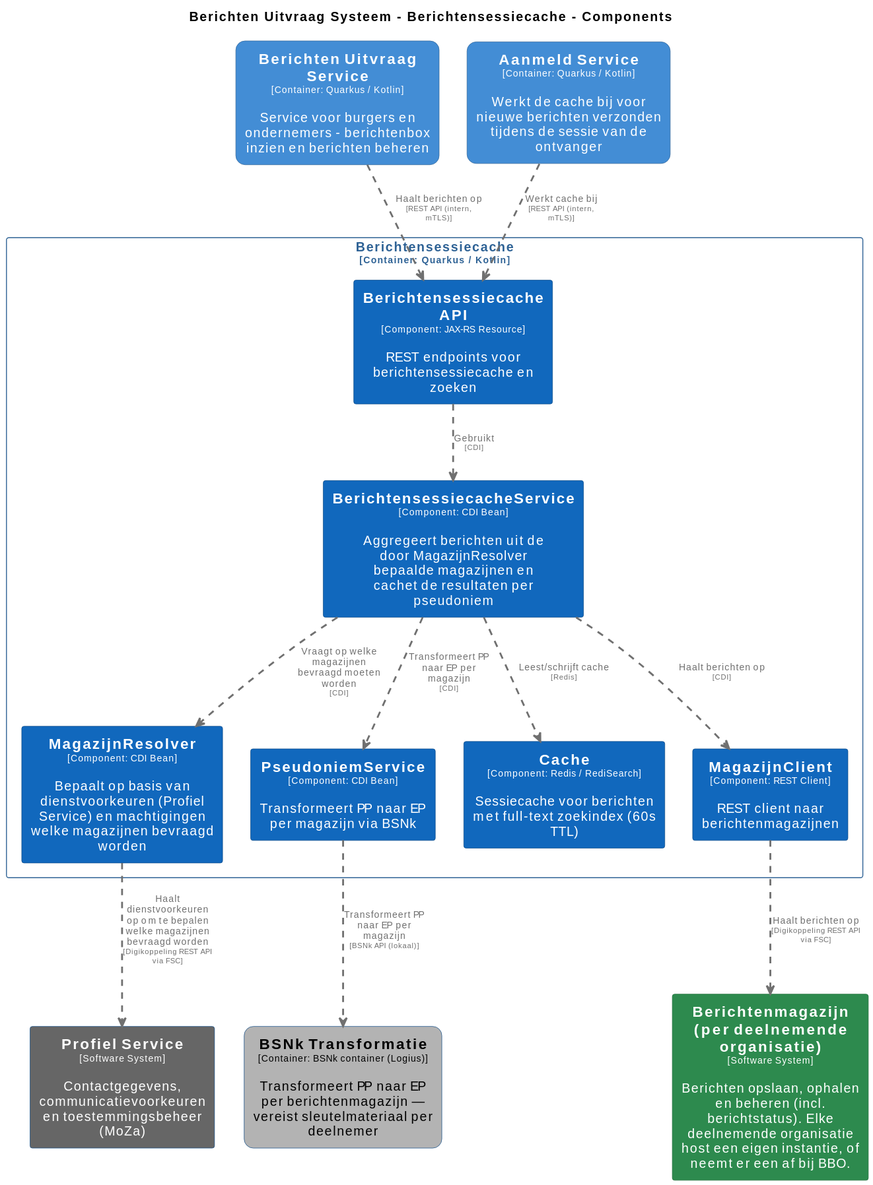
Earlier version of the PlantUML export master/svg/BerichtensessiecacheComponenten.svg (MinBZK/moza-poc-fbs-berichtenbox). Its source is kept beside it as master/puml/BerichtensessiecacheComponenten.puml.
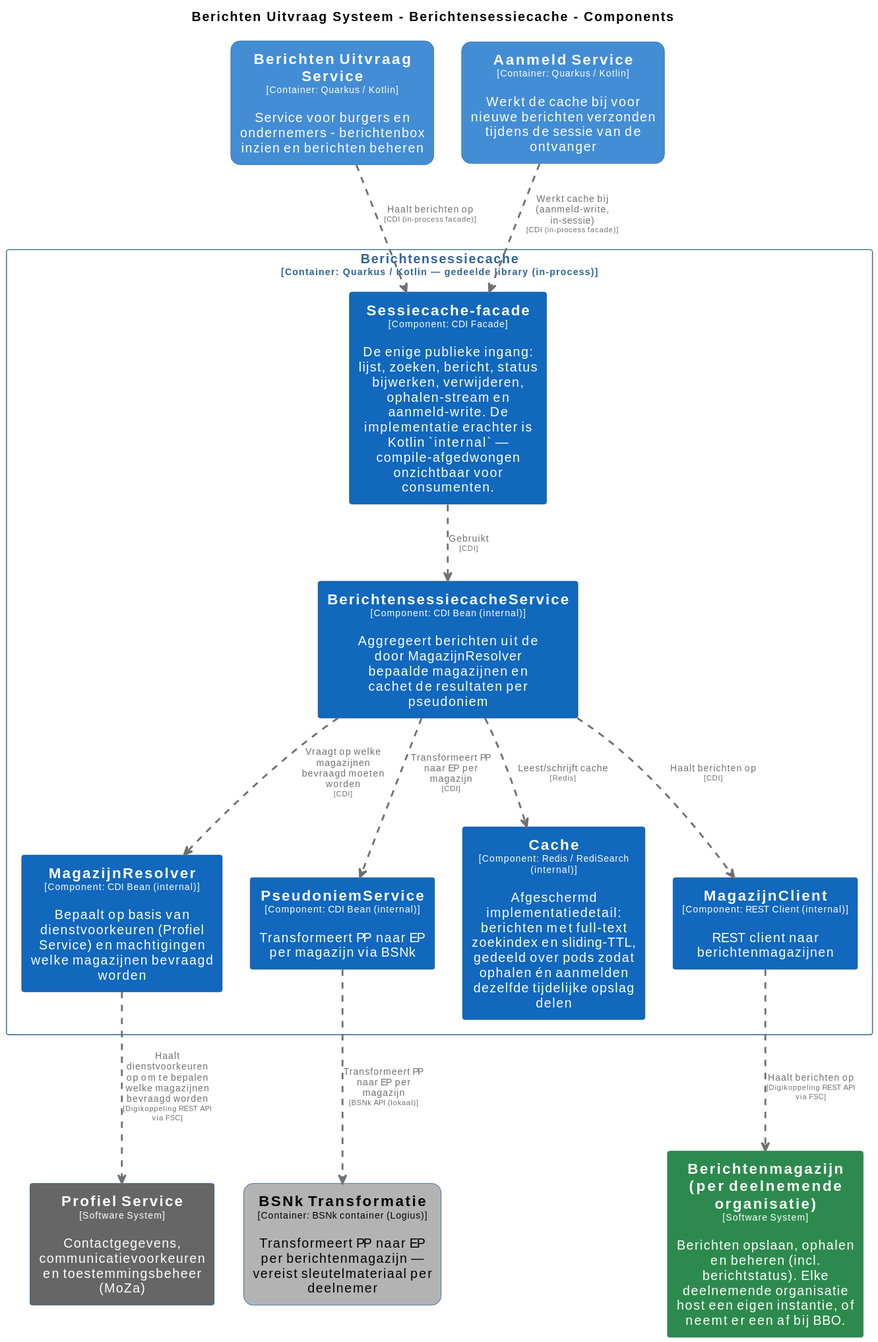
Above is the later version.

What changed in the source:
```diff
@@ -42,12 +42,6 @@
   BorderColor #1e6b38
   shadowing false
 }
-skinparam rectangle<<BerichtenUitvraagSysteem.Berichtensessiecache.BerichtensessiecacheAPI>> {
-  BackgroundColor #1168bd
-  FontColor #ffffff
-  BorderColor #0b4884
-  shadowing false
-}
 skinparam rectangle<<BerichtenUitvraagSysteem.Berichtensessiecache.BerichtensessiecacheService>> {
   BackgroundColor #1168bd
   FontColor #ffffff
@@ -84,6 +78,12 @@
   BorderColor #0b4884
   shadowing false
 }
+skinparam rectangle<<BerichtenUitvraagSysteem.Berichtensessiecache.Sessiecachefacade>> {
+  BackgroundColor #1168bd
+  FontColor #ffffff
+  BorderColor #0b4884
+  shadowing false
+}
 skinparam rectangle<<BerichtenUitvraagSysteem.Berichtensessiecache>> {
   BorderColor #2e6295
   FontColor #2e6295
@@ -96,23 +96,23 @@
 rectangle "==BSNk Transformatie\n<size:10>[Container: BSNk container (Logius)]</size>\n\nTransformeert PP naar EP per berichtenmagazijn — vereist sleutelmateriaal per deelnemer" <<BerichtenUitvraagSysteem.BSNkTransformatie>> as BerichtenUitvraagSysteem.BSNkTransformatie
 rectangle "==Aanmeld Service\n<size:10>[Container: Quarkus / Kotlin]</size>\n\nWerkt de cache bij voor nieuwe berichten verzonden tijdens de sessie van de ontvanger" <<BerichtenUitvraagSysteem.AanmeldService>> as BerichtenUitvraagSysteem.AanmeldService
 
-rectangle "Berichtensessiecache\n<size:10>[Container: Quarkus / Kotlin]</size>" <<BerichtenUitvraagSysteem.Berichtensessiecache>> {
-  rectangle "==Berichtensessiecache API\n<size:10>[Component: JAX-RS Resource]</size>\n\nREST endpoints voor berichtensessiecache en zoeken" <<BerichtenUitvraagSysteem.Berichtensessiecache.BerichtensessiecacheAPI>> as BerichtenUitvraagSysteem.Berichtensessiecache.BerichtensessiecacheAPI
-  rectangle "==MagazijnResolver\n<size:10>[Component: CDI Bean]</size>\n\nBepaalt op basis van dienstvoorkeuren (Profiel Service) en machtigingen welke magazijnen bevraagd worden" <<BerichtenUitvraagSysteem.Berichtensessiecache.MagazijnResolver>> as BerichtenUitvraagSysteem.Berichtensessiecache.MagazijnResolver
-  rectangle "==PseudoniemService\n<size:10>[Component: CDI Bean]</size>\n\nTransformeert PP naar EP per magazijn via BSNk" <<BerichtenUitvraagSysteem.Berichtensessiecache.PseudoniemService>> as BerichtenUitvraagSysteem.Berichtensessiecache.PseudoniemService
-  rectangle "==BerichtensessiecacheService\n<size:10>[Component: CDI Bean]</size>\n\nAggregeert berichten uit de door MagazijnResolver bepaalde magazijnen en cachet de resultaten per pseudoniem" <<BerichtenUitvraagSysteem.Berichtensessiecache.BerichtensessiecacheService>> as BerichtenUitvraagSysteem.Berichtensessiecache.BerichtensessiecacheService
-  rectangle "==Cache\n<size:10>[Component: Redis / RediSearch]</size>\n\nSessiecache voor berichten met full-text zoekindex (60s TTL)" <<BerichtenUitvraagSysteem.Berichtensessiecache.Cache>> as BerichtenUitvraagSysteem.Berichtensessiecache.Cache
-  rectangle "==MagazijnClient\n<size:10>[Component: REST Client]</size>\n\nREST client naar berichtenmagazijnen" <<BerichtenUitvraagSysteem.Berichtensessiecache.MagazijnClient>> as BerichtenUitvraagSysteem.Berichtensessiecache.MagazijnClient
+rectangle "Berichtensessiecache\n<size:10>[Container: Quarkus / Kotlin — gedeelde library (in-process)]</size>" <<BerichtenUitvraagSysteem.Berichtensessiecache>> {
+  rectangle "==Sessiecache-facade\n<size:10>[Component: CDI Facade]</size>\n\nDe enige publieke ingang: lijst, zoeken, bericht, status bijwerken, verwijderen, ophalen-stream en aanmeld-write. De implementatie erachter is Kotlin `internal` — compile-afgedwongen onzichtbaar voor consumenten." <<BerichtenUitvraagSysteem.Berichtensessiecache.Sessiecachefacade>> as BerichtenUitvraagSysteem.Berichtensessiecache.Sessiecachefacade
+  rectangle "==MagazijnResolver\n<size:10>[Component: CDI Bean (internal)]</size>\n\nBepaalt op basis van dienstvoorkeuren (Profiel Service) en machtigingen welke magazijnen bevraagd worden" <<BerichtenUitvraagSysteem.Berichtensessiecache.MagazijnResolver>> as BerichtenUitvraagSysteem.Berichtensessiecache.MagazijnResolver
+  rectangle "==PseudoniemService\n<size:10>[Component: CDI Bean (internal)]</size>\n\nTransformeert PP naar EP per magazijn via BSNk" <<BerichtenUitvraagSysteem.Berichtensessiecache.PseudoniemService>> as BerichtenUitvraagSysteem.Berichtensessiecache.PseudoniemService
+  rectangle "==BerichtensessiecacheService\n<size:10>[Component: CDI Bean (internal)]</size>\n\nAggregeert berichten uit de door MagazijnResolver bepaalde magazijnen en cachet de resultaten per pseudoniem" <<BerichtenUitvraagSysteem.Berichtensessiecache.BerichtensessiecacheService>> as BerichtenUitvraagSysteem.Berichtensessiecache.BerichtensessiecacheService
+  rectangle "==Cache\n<size:10>[Component: Redis / RediSearch (internal)]</size>\n\nAfgeschermd implementatiedetail: berichten met full-text zoekindex en sliding-TTL, gedeeld over pods zodat ophalen én aanmelden dezelfde tijdelijke opslag delen" <<BerichtenUitvraagSysteem.Berichtensessiecache.Cache>> as BerichtenUitvraagSysteem.Berichtensessiecache.Cache
+  rectangle "==MagazijnClient\n<size:10>[Component: REST Client (internal)]</size>\n\nREST client naar berichtenmagazijnen" <<BerichtenUitvraagSysteem.Berichtensessiecache.MagazijnClient>> as BerichtenUitvraagSysteem.Berichtensessiecache.MagazijnClient
 }
 
 BerichtenUitvraagSysteem.Berichtensessiecache.MagazijnResolver .[#707070,thickness=2].> ProfielService : "<color:#707070>Haalt dienstvoorkeuren op om te bepalen welke magazijnen bevraagd worden\n<color:#707070><size:8>[Digikoppeling REST API via FSC]</size>"
 BerichtenUitvraagSysteem.Berichtensessiecache.MagazijnClient .[#707070,thickness=2].> Berichtenmagazijnperdeelnemendeorganisatie : "<color:#707070>Haalt berichten op\n<color:#707070><size:8>[Digikoppeling REST API via FSC]</size>"
-BerichtenUitvraagSysteem.Berichtensessiecache.BerichtensessiecacheAPI .[#707070,thickness=2].> BerichtenUitvraagSysteem.Berichtensessiecache.BerichtensessiecacheService : "<color:#707070>Gebruikt\n<color:#707070><size:8>[CDI]</size>"
+BerichtenUitvraagSysteem.Berichtensessiecache.Sessiecachefacade .[#707070,thickness=2].> BerichtenUitvraagSysteem.Berichtensessiecache.BerichtensessiecacheService : "<color:#707070>Gebruikt\n<color:#707070><size:8>[CDI]</size>"
 BerichtenUitvraagSysteem.Berichtensessiecache.BerichtensessiecacheService .[#707070,thickness=2].> BerichtenUitvraagSysteem.Berichtensessiecache.MagazijnResolver : "<color:#707070>Vraagt op welke magazijnen bevraagd moeten worden\n<color:#707070><size:8>[CDI]</size>"
 BerichtenUitvraagSysteem.Berichtensessiecache.BerichtensessiecacheService .[#707070,thickness=2].> BerichtenUitvraagSysteem.Berichtensessiecache.PseudoniemService : "<color:#707070>Transformeert PP naar EP per magazijn\n<color:#707070><size:8>[CDI]</size>"
 BerichtenUitvraagSysteem.Berichtensessiecache.BerichtensessiecacheService .[#707070,thickness=2].> BerichtenUitvraagSysteem.Berichtensessiecache.Cache : "<color:#707070>Leest/schrijft cache\n<color:#707070><size:8>[Redis]</size>"
 BerichtenUitvraagSysteem.Berichtensessiecache.BerichtensessiecacheService .[#707070,thickness=2].> BerichtenUitvraagSysteem.Berichtensessiecache.MagazijnClient : "<color:#707070>Haalt berichten op\n<color:#707070><size:8>[CDI]</size>"
 BerichtenUitvraagSysteem.Berichtensessiecache.PseudoniemService .[#707070,thickness=2].> BerichtenUitvraagSysteem.BSNkTransformatie : "<color:#707070>Transformeert PP naar EP per magazijn\n<color:#707070><size:8>[BSNk API (lokaal)]</size>"
-BerichtenUitvraagSysteem.AanmeldService .[#707070,thickness=2].> BerichtenUitvraagSysteem.Berichtensessiecache.BerichtensessiecacheAPI : "<color:#707070>Werkt cache bij\n<color:#707070><size:8>[REST API (intern, mTLS)]</size>"
-BerichtenUitvraagSysteem.BerichtenUitvraagService .[#707070,thickness=2].> BerichtenUitvraagSysteem.Berichtensessiecache.BerichtensessiecacheAPI : "<color:#707070>Haalt berichten op\n<color:#707070><size:8>[REST API (intern, mTLS)]</size>"
+BerichtenUitvraagSysteem.AanmeldService .[#707070,thickness=2].> BerichtenUitvraagSysteem.Berichtensessiecache.Sessiecachefacade : "<color:#707070>Werkt cache bij (aanmeld-write, in-sessie)\n<color:#707070><size:8>[CDI (in-process facade)]</size>"
+BerichtenUitvraagSysteem.BerichtenUitvraagService .[#707070,thickness=2].> BerichtenUitvraagSysteem.Berichtensessiecache.Sessiecachefacade : "<color:#707070>Haalt berichten op\n<color:#707070><size:8>[CDI (in-process facade)]</size>"
 @enduml
```
